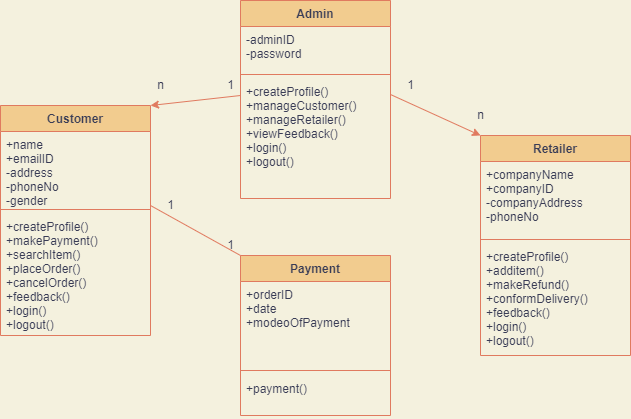
The draw.io diagram Day10/Online_Shopping_Portal_Diagrams/ClassDiagramOSP.png in AthiraSajeev98/ust-prograd-training, before a commit. Source tidied: cells renumbered, new cells last; positions are measured from the earlier drawing's top-left corner, leaving out a move shared by most shapes.
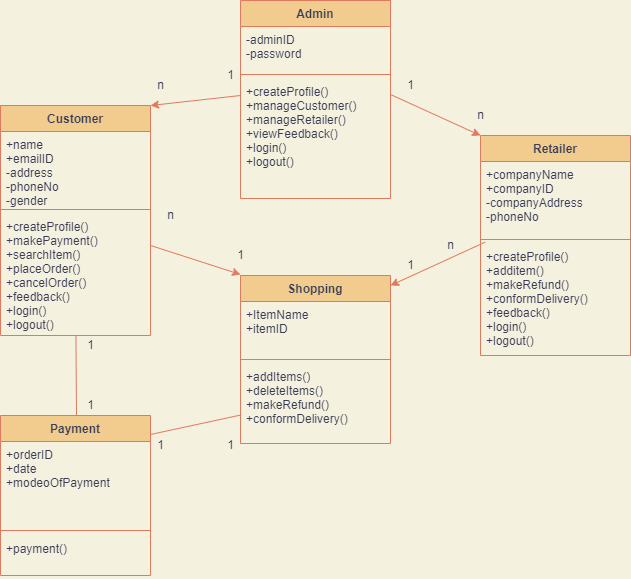
The same file after the commit.

Change to the diagram source:
```diff
@@ -26,6 +26,11 @@
     <mxCell id="9" value="+createProfile()&#10;+makePayment()&#10;+searchItem()&#10;+placeOrder()&#10;+cancelOrder()&#10;+feedback()&#10;+login()&#10;+logout()&#10;&#10;" style="text;strokeColor=none;fillColor=none;align=left;verticalAlign=top;spacingLeft=4;spacingRight=4;overflow=hidden;points=[[0,0.5],[1,0.5]];portConstraint=eastwest;fontColor=#393C56;" parent="6" vertex="1">
       <mxGeometry y="108" width="150" height="122" as="geometry" />
     </mxCell>
+    <mxCell id="27" style="endArrow=classic;html=1;rounded=0;strokeColor=#E07A5F;fontColor=#393C56;labelBackgroundColor=#F4F1DE;exitX=1;exitY=0.262;exitDx=0;exitDy=0;exitPerimeter=0;" parent="6" edge="1" source="9">
+      <mxGeometry relative="1" as="geometry">
+        <mxPoint x="240" y="169" as="targetPoint" />
+      </mxGeometry>
+    </mxCell>
     <mxCell id="10" value="Retailer" style="swimlane;fontStyle=1;align=center;verticalAlign=top;horizontal=1;startSize=26;fillColor=#F2CC8F;strokeColor=#E07A5F;fontColor=#393C56;" parent="1" vertex="1">
       <mxGeometry x="480" y="135" width="150" height="220" as="geometry" />
     </mxCell>
@@ -39,7 +44,7 @@
       <mxGeometry y="108" width="150" height="112" as="geometry" />
     </mxCell>
     <mxCell id="14" value="Payment" style="swimlane;fontStyle=1;align=center;verticalAlign=top;horizontal=1;startSize=26;fillColor=#F2CC8F;strokeColor=#E07A5F;fontColor=#393C56;" parent="1" vertex="1">
-      <mxGeometry x="240" y="255" width="150" height="160" as="geometry" />
+      <mxGeometry y="415" width="150" height="160" as="geometry" />
     </mxCell>
     <mxCell id="15" value="+orderID&#10;+date&#10;+modeoOfPayment" style="text;strokeColor=none;fillColor=none;align=left;verticalAlign=top;spacingLeft=4;spacingRight=4;overflow=hidden;fontColor=#393C56;" parent="14" vertex="1">
       <mxGeometry y="26" width="150" height="84" as="geometry" />
@@ -61,10 +66,10 @@
       </mxGeometry>
     </mxCell>
     <mxCell id="20" value="1" style="text;html=1;align=center;verticalAlign=middle;strokeColor=none;fillColor=none;fontColor=#393C56;" parent="1" vertex="1">
-      <mxGeometry x="220" y="235" width="20" height="20" as="geometry" />
+      <mxGeometry x="80" y="395" width="20" height="20" as="geometry" />
     </mxCell>
     <mxCell id="21" value="1" style="text;html=1;align=center;verticalAlign=middle;strokeColor=none;fillColor=none;fontColor=#393C56;" parent="1" vertex="1">
-      <mxGeometry x="160" y="195" width="20" height="20" as="geometry" />
+      <mxGeometry x="80" y="335" width="20" height="20" as="geometry" />
     </mxCell>
     <mxCell id="22" value="1" style="text;html=1;align=center;verticalAlign=middle;strokeColor=none;fillColor=none;fontColor=#393C56;" parent="1" vertex="1">
       <mxGeometry x="400" y="75" width="20" height="20" as="geometry" />
@@ -73,15 +78,55 @@
       <mxGeometry x="470" y="105" width="20" height="20" as="geometry" />
     </mxCell>
     <mxCell id="24" value="1" style="text;html=1;align=center;verticalAlign=middle;strokeColor=none;fillColor=none;fontColor=#393C56;" parent="1" vertex="1">
-      <mxGeometry x="220" y="75" width="20" height="20" as="geometry" />
+      <mxGeometry x="400" y="255" width="20" height="20" as="geometry" />
     </mxCell>
-    <mxCell id="25" style="endArrow=none;html=1;rounded=0;exitX=1;exitY=0;exitDx=0;exitDy=0;exitPerimeter=0;labelBackgroundColor=#F4F1DE;strokeColor=#E07A5F;fontColor=#393C56;" parent="1" edge="1" source="8">
+    <mxCell id="25" style="endArrow=none;html=1;rounded=0;labelBackgroundColor=#F4F1DE;strokeColor=#E07A5F;fontColor=#393C56;" parent="1" edge="1" source="9">
       <mxGeometry relative="1" as="geometry">
-        <mxPoint x="240" y="255" as="targetPoint" />
+        <mxPoint x="76" y="415" as="targetPoint" />
       </mxGeometry>
     </mxCell>
     <mxCell id="26" value="n" style="text;html=1;align=center;verticalAlign=middle;strokeColor=none;fillColor=none;fontColor=#393C56;" parent="1" vertex="1">
       <mxGeometry x="150" y="75" width="20" height="20" as="geometry" />
     </mxCell>
+    <mxCell id="28" value="Shopping" style="swimlane;fontStyle=1;align=center;verticalAlign=top;horizontal=1;startSize=26;fillColor=#F2CC8F;strokeColor=#E07A5F;fontColor=#393C56;" parent="1" vertex="1">
+      <mxGeometry x="240" y="275" width="150" height="168" as="geometry" />
+    </mxCell>
+    <mxCell id="29" value="+ItemName&#10;+itemID&#10;" style="text;strokeColor=none;fillColor=none;align=left;verticalAlign=top;spacingLeft=4;spacingRight=4;overflow=hidden;fontColor=#393C56;" parent="28" vertex="1">
+      <mxGeometry y="26" width="150" height="54" as="geometry" />
+    </mxCell>
+    <mxCell id="30" style="line;strokeWidth=1;fillColor=none;align=left;verticalAlign=middle;spacingTop=-1;spacingLeft=3;spacingRight=3;labelPosition=right;strokeColor=#E07A5F;fontColor=#393C56;labelBackgroundColor=#F4F1DE;" parent="28" vertex="1">
+      <mxGeometry y="80" width="150" height="8" as="geometry" />
+    </mxCell>
+    <mxCell id="31" value="+addItems()&#10;+deleteItems()&#10;+makeRefund()&#10;+conformDelivery()" style="text;strokeColor=none;fillColor=none;align=left;verticalAlign=top;spacingLeft=4;spacingRight=4;overflow=hidden;points=[[0,0.5],[1,0.5]];portConstraint=eastwest;fontColor=#393C56;" parent="28" vertex="1">
+      <mxGeometry y="88" width="150" height="80" as="geometry" />
+    </mxCell>
+    <mxCell id="32" style="endArrow=none;html=1;rounded=0;labelBackgroundColor=#F4F1DE;strokeColor=#E07A5F;fontColor=#393C56;exitX=0.004;exitY=0.643;exitDx=0;exitDy=0;exitPerimeter=0;" parent="1" edge="1" source="31">
+      <mxGeometry relative="1" as="geometry">
+        <mxPoint x="150" y="434" as="targetPoint" />
+      </mxGeometry>
+    </mxCell>
+    <mxCell id="33" value="n" style="text;html=1;align=center;verticalAlign=middle;strokeColor=none;fillColor=none;fontColor=#393C56;" parent="1" vertex="1">
+      <mxGeometry x="160" y="205" width="20" height="20" as="geometry" />
+    </mxCell>
+    <mxCell id="34" value="1" style="text;html=1;align=center;verticalAlign=middle;strokeColor=none;fillColor=none;fontColor=#393C56;" parent="1" vertex="1">
+      <mxGeometry x="220" y="65" width="20" height="20" as="geometry" />
+    </mxCell>
+    <mxCell id="35" value="1" style="text;html=1;align=center;verticalAlign=middle;strokeColor=none;fillColor=none;fontColor=#393C56;" parent="1" vertex="1">
+      <mxGeometry x="230" y="245" width="20" height="20" as="geometry" />
+    </mxCell>
+    <mxCell id="36" value="n" style="text;html=1;align=center;verticalAlign=middle;strokeColor=none;fillColor=none;fontColor=#393C56;" parent="1" vertex="1">
+      <mxGeometry x="440" y="235" width="20" height="20" as="geometry" />
+    </mxCell>
+    <mxCell id="37" value="1" style="text;html=1;align=center;verticalAlign=middle;strokeColor=none;fillColor=none;fontColor=#393C56;" parent="1" vertex="1">
+      <mxGeometry x="150" y="435" width="20" height="20" as="geometry" />
+    </mxCell>
+    <mxCell id="38" value="1" style="text;html=1;align=center;verticalAlign=middle;strokeColor=none;fillColor=none;fontColor=#393C56;" parent="1" vertex="1">
+      <mxGeometry x="220" y="435" width="20" height="20" as="geometry" />
+    </mxCell>
+    <mxCell id="39" style="endArrow=classic;html=1;rounded=0;strokeColor=#E07A5F;fontColor=#393C56;labelBackgroundColor=#F4F1DE;exitX=0.031;exitY=-0.012;exitDx=0;exitDy=0;exitPerimeter=0;" parent="1" edge="1" source="13">
+      <mxGeometry relative="1" as="geometry">
+        <mxPoint x="390" y="285" as="targetPoint" />
+      </mxGeometry>
+    </mxCell>
   </root>
 </mxGraphModel>
```
